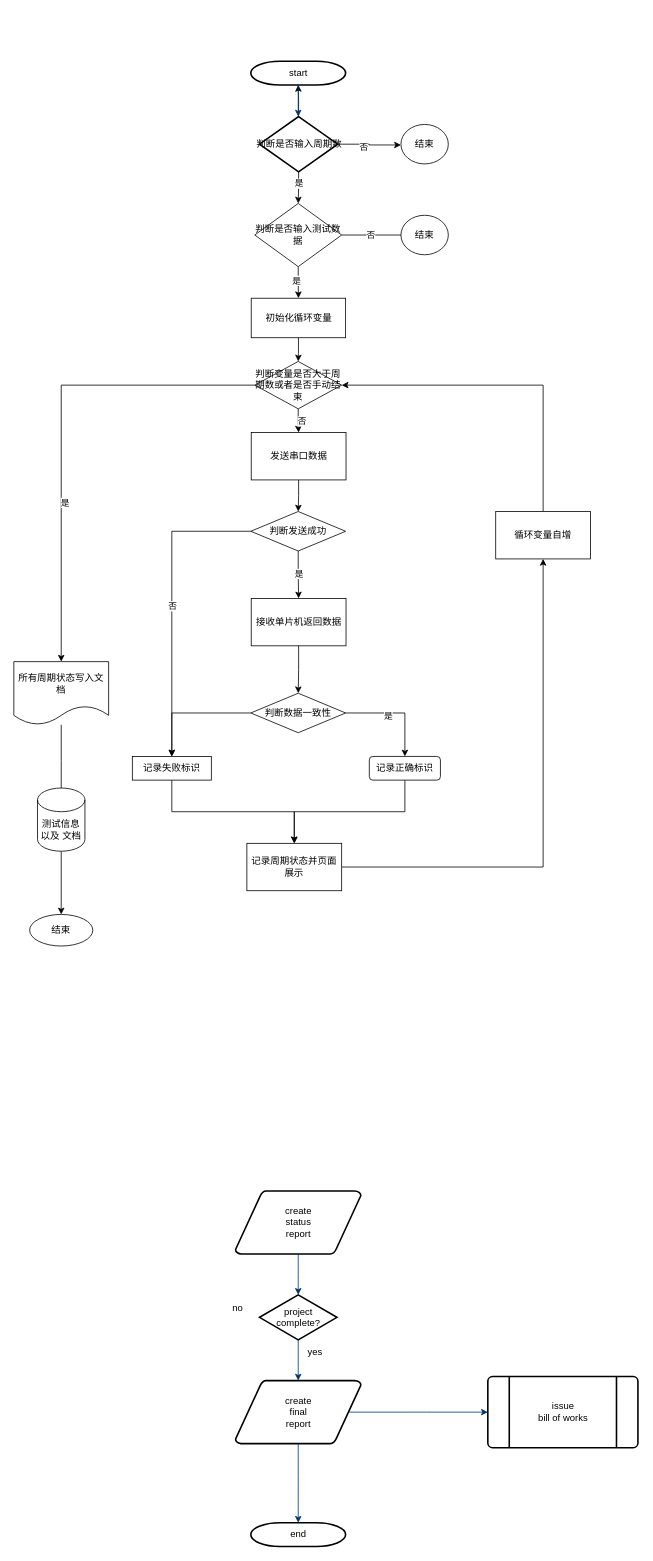
libin15/26-- keeps this draw.io diagram as 未命名绘图.drawio. Above is the earlier version. Source tidied: cells renumbered, new cells numbered last; positions are measured from the earlier drawing's top-left corner, leaving out a move shared by most shapes. Both pictures are drawn from the tidied source at 79%, with x=0, y=0 at pixel (13, 61).
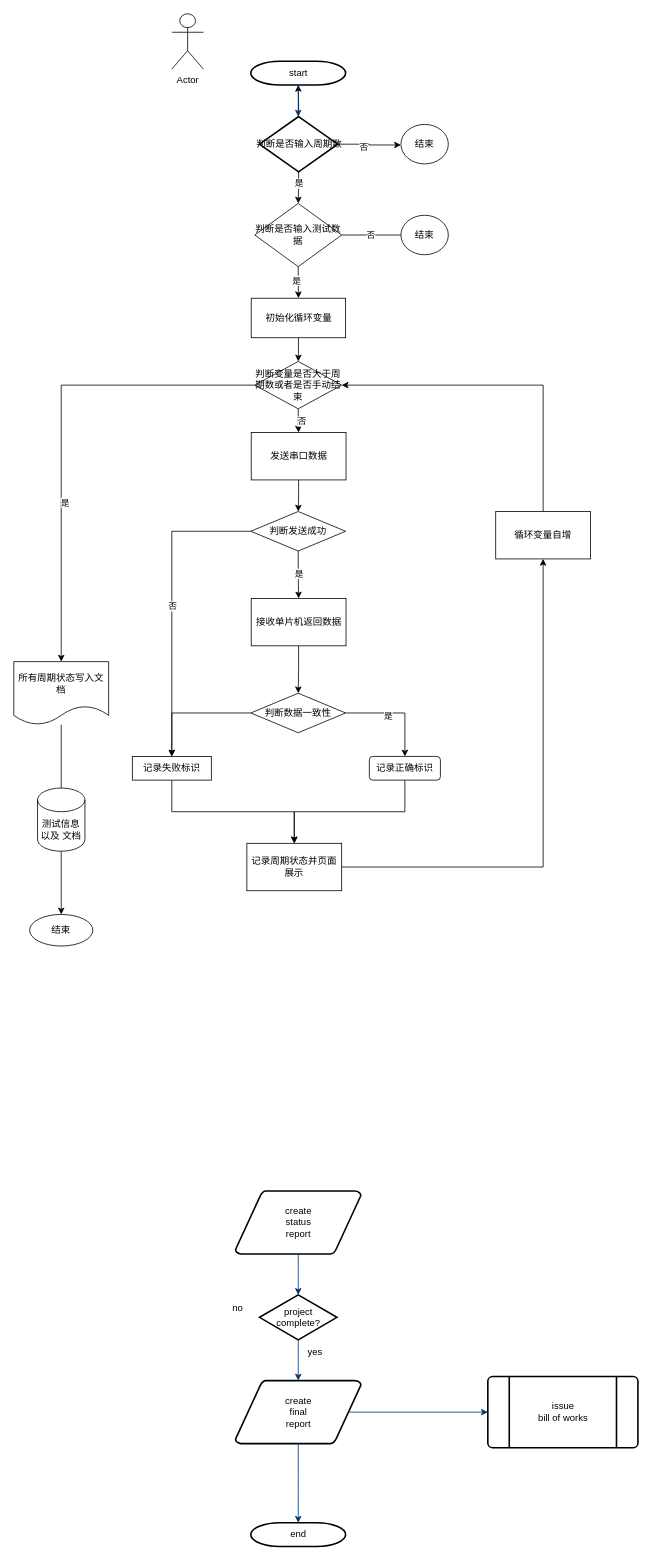
After the change.

Commit message (it also covers changes not shown here):
电光测试流程图.drawio

The edit, as a diff of the source:
```diff
@@
+    <mxCell id="61" value="Actor" style="shape=umlActor;verticalLabelPosition=bottom;verticalAlign=top;html=1;" parent="1" vertex="1">
+      <mxGeometry x="200" y="-60" width="40" height="70" as="geometry" />
+    </mxCell>
```
